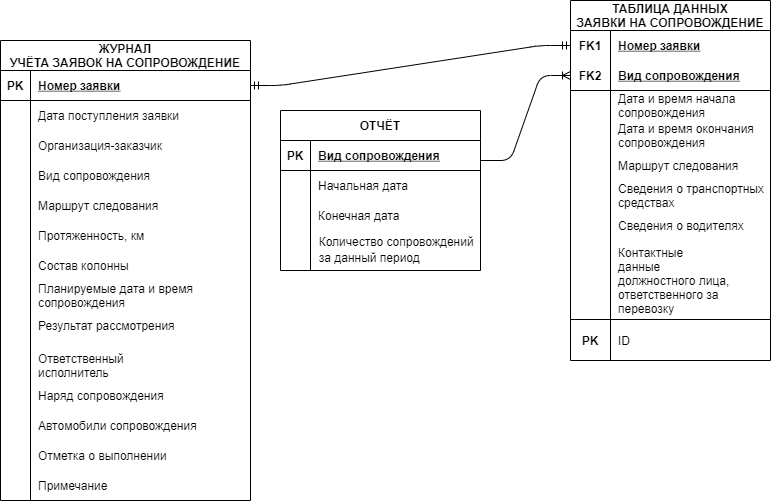
This is ER-ДИАГРАММА.png from Anton80213/Project-diagrams, a draw.io export, as it was before one commit. Source tidied: cells renumbered, new cells last; positions are measured from the earlier drawing's top-left corner, leaving out a move shared by most shapes.
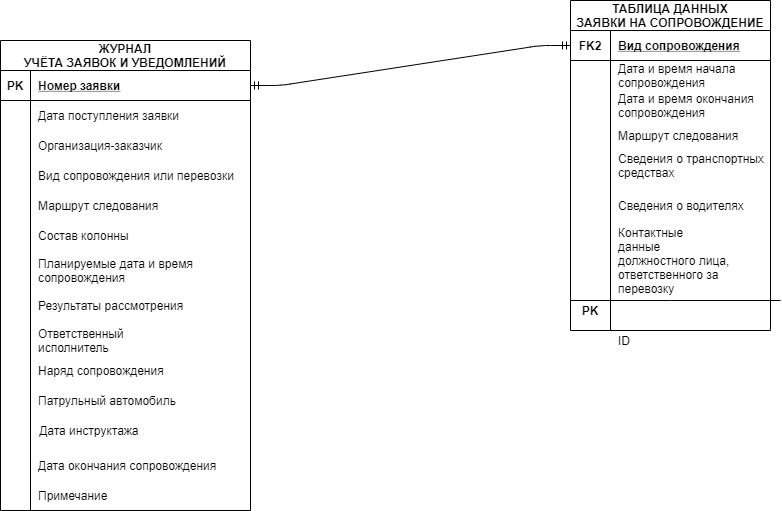
After the change.

Diff of the diagram source:
```diff
@@ -2,38 +2,8 @@
   <root>
     <mxCell id="0" />
     <mxCell id="1" parent="0" />
-    <mxCell id="2" value="ОТЧЁТ" style="shape=table;startSize=30;rowLines=0;fontStyle=1;align=center;" parent="1" vertex="1">
-      <mxGeometry x="280" y="110" width="200" height="160" as="geometry" />
-    </mxCell>
-    <mxCell id="3" style="shape=partialRectangle;fillColor=none;top=0;left=0;bottom=1;right=0;" parent="2" vertex="1">
-      <mxGeometry y="30" width="200" height="30" as="geometry" />
-    </mxCell>
-    <mxCell id="4" value="PK" style="shape=partialRectangle;fillColor=none;top=0;left=0;bottom=0;right=0;fontStyle=1;overflow=hidden;" parent="3" vertex="1">
-      <mxGeometry width="30" height="30" as="geometry" />
-    </mxCell>
-    <mxCell id="5" value="Вид сопровождения" style="shape=partialRectangle;fillColor=none;top=0;left=0;bottom=0;right=0;align=left;spacingLeft=6;fontStyle=5;overflow=hidden;" parent="3" vertex="1">
-      <mxGeometry x="30" width="170" height="30" as="geometry" />
-    </mxCell>
-    <mxCell id="6" style="shape=partialRectangle;fillColor=none;top=0;left=0;bottom=0;right=0;" parent="2" vertex="1">
-      <mxGeometry y="60" width="200" height="30" as="geometry" />
-    </mxCell>
-    <mxCell id="7" style="shape=partialRectangle;fillColor=none;top=0;left=0;bottom=0;right=0;overflow=hidden;" parent="6" vertex="1">
-      <mxGeometry width="30" height="30" as="geometry" />
-    </mxCell>
-    <mxCell id="8" value="Начальная дата" style="shape=partialRectangle;fillColor=none;top=0;left=0;bottom=0;right=0;align=left;spacingLeft=6;overflow=hidden;" parent="6" vertex="1">
-      <mxGeometry x="30" width="170" height="30" as="geometry" />
-    </mxCell>
-    <mxCell id="9" style="shape=partialRectangle;fillColor=none;top=0;left=0;bottom=0;right=0;" parent="2" vertex="1">
-      <mxGeometry y="90" width="200" height="30" as="geometry" />
-    </mxCell>
-    <mxCell id="10" style="shape=partialRectangle;fillColor=none;top=0;left=0;bottom=0;right=0;overflow=hidden;" parent="9" vertex="1">
-      <mxGeometry width="30" height="30" as="geometry" />
-    </mxCell>
-    <mxCell id="11" value="Конечная дата" style="shape=partialRectangle;fillColor=none;top=0;left=0;bottom=0;right=0;align=left;spacingLeft=6;overflow=hidden;" parent="9" vertex="1">
-      <mxGeometry x="30" width="170" height="30" as="geometry" />
-    </mxCell>
-    <mxCell id="12" value="&#10;ЖУРНАЛ &#10;УЧЁТА ЗАЯВОК НА СОПРОВОЖДЕНИЕ&#10; " style="shape=table;startSize=30;rowLines=0;fontStyle=1;align=center;fontFamily=Helvetica;fontSize=12;" parent="1" vertex="1">
-      <mxGeometry y="40" width="250" height="460" as="geometry" />
+    <mxCell id="12" value="&#10;ЖУРНАЛ &#10;УЧЁТА ЗАЯВОК И УВЕДОМЛЕНИЙ&#10; " style="shape=table;startSize=30;rowLines=0;fontStyle=1;align=center;fontFamily=Helvetica;fontSize=12;" parent="1" vertex="1">
+      <mxGeometry y="40" width="250" height="470" as="geometry" />
     </mxCell>
     <mxCell id="13" style="shape=partialRectangle;fillColor=none;top=0;left=0;bottom=1;right=0;points=[[0,0.5],[1,0.5]];portConstraint=eastwest;" parent="12" vertex="1">
       <mxGeometry y="30" width="250" height="30" as="geometry" />
@@ -68,53 +38,41 @@
     <mxCell id="23" style="shape=partialRectangle;fillColor=none;top=0;left=0;bottom=0;right=0;overflow=hidden;" parent="22" vertex="1">
       <mxGeometry width="30" height="30" as="geometry" />
     </mxCell>
-    <mxCell id="24" value="Вид сопровождения" style="shape=partialRectangle;fillColor=none;top=0;left=0;bottom=0;right=0;align=left;spacingLeft=6;overflow=hidden;" parent="22" vertex="1">
+    <mxCell id="24" value="Вид сопровождения или перевозки" style="shape=partialRectangle;fillColor=none;top=0;left=0;bottom=0;right=0;align=left;spacingLeft=6;overflow=hidden;" parent="22" vertex="1">
       <mxGeometry x="30" width="220" height="30" as="geometry" />
     </mxCell>
     <mxCell id="25" value="Маршрут следования" style="shape=partialRectangle;fillColor=none;top=0;left=0;bottom=0;right=0;align=left;spacingLeft=6;overflow=hidden;fontFamily=Helvetica;" parent="1" vertex="1">
       <mxGeometry x="30" y="190" width="220" height="30" as="geometry" />
     </mxCell>
-    <mxCell id="26" value="Протяженность, км" style="shape=partialRectangle;fillColor=none;top=0;left=0;bottom=0;right=0;align=left;spacingLeft=6;overflow=hidden;fontFamily=Helvetica;" parent="1" vertex="1">
-      <mxGeometry x="30" y="220" width="220" height="30" as="geometry" />
-    </mxCell>
     <mxCell id="27" value="Состав колонны" style="shape=partialRectangle;fillColor=none;top=0;left=0;bottom=0;right=0;align=left;spacingLeft=6;overflow=hidden;fontFamily=Helvetica;" parent="1" vertex="1">
-      <mxGeometry x="30" y="250" width="220" height="30" as="geometry" />
+      <mxGeometry x="30" y="220" width="220" height="30" as="geometry" />
     </mxCell>
     <mxCell id="28" value="Планируемые дата и время&#10;сопровождения" style="shape=partialRectangle;fillColor=none;top=0;left=0;bottom=0;right=0;align=left;spacingLeft=6;overflow=hidden;fontFamily=Helvetica;" parent="1" vertex="1">
-      <mxGeometry x="30" y="280" width="220" height="30" as="geometry" />
+      <mxGeometry x="30" y="255" width="220" height="30" as="geometry" />
     </mxCell>
-    <mxCell id="29" value="Результат рассмотрения" style="shape=partialRectangle;fillColor=none;top=0;left=0;bottom=0;right=0;align=left;spacingLeft=6;overflow=hidden;fontFamily=Helvetica;" parent="1" vertex="1">
-      <mxGeometry x="30" y="310" width="220" height="30" as="geometry" />
+    <mxCell id="29" value="Результаты рассмотрения" style="shape=partialRectangle;fillColor=none;top=0;left=0;bottom=0;right=0;align=left;spacingLeft=6;overflow=hidden;fontFamily=Helvetica;" parent="1" vertex="1">
+      <mxGeometry x="30" y="290" width="220" height="30" as="geometry" />
     </mxCell>
     <mxCell id="30" value="Ответственный&#10;исполнитель" style="shape=partialRectangle;fillColor=none;top=0;left=0;bottom=0;right=0;align=left;spacingLeft=6;overflow=hidden;fontFamily=Helvetica;" parent="1" vertex="1">
-      <mxGeometry x="30" y="350" width="220" height="30" as="geometry" />
+      <mxGeometry x="30" y="325" width="220" height="30" as="geometry" />
     </mxCell>
     <mxCell id="31" value="Наряд сопровождения" style="shape=partialRectangle;fillColor=none;top=0;left=0;bottom=0;right=0;align=left;spacingLeft=6;overflow=hidden;fontFamily=Helvetica;" parent="1" vertex="1">
-      <mxGeometry x="30" y="380" width="220" height="30" as="geometry" />
+      <mxGeometry x="30" y="355" width="220" height="30" as="geometry" />
     </mxCell>
-    <mxCell id="32" value="Автомобили сопровождения" style="shape=partialRectangle;fillColor=none;top=0;left=0;bottom=0;right=0;align=left;spacingLeft=6;overflow=hidden;fontFamily=Helvetica;" parent="1" vertex="1">
-      <mxGeometry x="30" y="410" width="220" height="30" as="geometry" />
+    <mxCell id="32" value="Патрульный автомобиль" style="shape=partialRectangle;fillColor=none;top=0;left=0;bottom=0;right=0;align=left;spacingLeft=6;overflow=hidden;fontFamily=Helvetica;" parent="1" vertex="1">
+      <mxGeometry x="30" y="385" width="220" height="30" as="geometry" />
     </mxCell>
-    <mxCell id="33" value="Отметка о выполнении" style="shape=partialRectangle;fillColor=none;top=0;left=0;bottom=0;right=0;align=left;spacingLeft=6;overflow=hidden;fontFamily=Helvetica;" parent="1" vertex="1">
-      <mxGeometry x="30" y="440" width="220" height="30" as="geometry" />
+    <mxCell id="33" value="Дата окончания сопровождения" style="shape=partialRectangle;fillColor=none;top=0;left=0;bottom=0;right=0;align=left;spacingLeft=6;overflow=hidden;fontFamily=Helvetica;" parent="1" vertex="1">
+      <mxGeometry x="30" y="450" width="220" height="30" as="geometry" />
     </mxCell>
     <mxCell id="34" value="Примечание" style="shape=partialRectangle;fillColor=none;top=0;left=0;bottom=0;right=0;align=left;spacingLeft=6;overflow=hidden;fontFamily=Helvetica;" parent="1" vertex="1">
-      <mxGeometry x="30" y="470" width="220" height="30" as="geometry" />
+      <mxGeometry x="30" y="480" width="220" height="30" as="geometry" />
     </mxCell>
     <mxCell id="35" value="ТАБЛИЦА ДАННЫХ &#10;ЗАЯВКИ НА СОПРОВОЖДЕНИЕ" style="shape=table;startSize=30;rowLines=0;fontStyle=1;align=center;fontFamily=Helvetica;fontSize=12;" parent="1" vertex="1">
-      <mxGeometry x="570" width="200" height="360" as="geometry" />
+      <mxGeometry x="570" width="200" height="330" as="geometry" />
     </mxCell>
-    <mxCell id="36" style="shape=partialRectangle;fillColor=none;top=0;left=0;bottom=0;right=0;points=[[0,0.5],[1,0.5]];portConstraint=eastwest;" parent="35" vertex="1">
-      <mxGeometry y="30" width="200" height="30" as="geometry" />
-    </mxCell>
-    <mxCell id="37" value="FK1" style="shape=partialRectangle;fillColor=none;top=0;left=0;bottom=0;right=0;fontStyle=1;overflow=hidden;" parent="36" vertex="1">
-      <mxGeometry width="40" height="30" as="geometry" />
-    </mxCell>
-    <mxCell id="38" value="Номер заявки" style="shape=partialRectangle;fillColor=none;top=0;left=0;bottom=0;right=0;align=left;spacingLeft=6;fontStyle=5;overflow=hidden;" parent="36" vertex="1">
-      <mxGeometry x="40" width="160" height="30" as="geometry" />
-    </mxCell>
     <mxCell id="39" style="shape=partialRectangle;fillColor=none;top=0;left=0;bottom=1;right=0;points=[[0,0.5],[1,0.5]];portConstraint=eastwest;" parent="35" vertex="1">
-      <mxGeometry y="60" width="200" height="30" as="geometry" />
+      <mxGeometry y="30" width="200" height="30" as="geometry" />
     </mxCell>
     <mxCell id="40" value="FK2" style="shape=partialRectangle;fillColor=none;top=0;left=0;bottom=0;right=0;fontStyle=1;overflow=hidden;" parent="39" vertex="1">
       <mxGeometry width="40" height="30" as="geometry" />
@@ -123,7 +81,7 @@
       <mxGeometry x="40" width="160" height="30" as="geometry" />
     </mxCell>
     <mxCell id="42" style="shape=partialRectangle;fillColor=none;top=0;left=0;bottom=0;right=0;" parent="35" vertex="1">
-      <mxGeometry y="90" width="200" height="30" as="geometry" />
+      <mxGeometry y="60" width="200" height="30" as="geometry" />
     </mxCell>
     <mxCell id="43" style="shape=partialRectangle;fillColor=none;top=0;left=0;bottom=0;right=0;overflow=hidden;" parent="42" vertex="1">
       <mxGeometry width="40" height="30" as="geometry" />
@@ -132,7 +90,7 @@
       <mxGeometry x="40" width="160" height="30" as="geometry" />
     </mxCell>
     <mxCell id="45" style="shape=partialRectangle;fillColor=none;top=0;left=0;bottom=0;right=0;" parent="35" vertex="1">
-      <mxGeometry y="120" width="200" height="30" as="geometry" />
+      <mxGeometry y="90" width="200" height="30" as="geometry" />
     </mxCell>
     <mxCell id="46" style="shape=partialRectangle;fillColor=none;top=0;left=0;bottom=0;right=0;overflow=hidden;" parent="45" vertex="1">
       <mxGeometry width="40" height="30" as="geometry" />
@@ -141,39 +99,39 @@
       <mxGeometry x="40" width="160" height="30" as="geometry" />
     </mxCell>
     <mxCell id="48" value="Маршрут следования" style="shape=partialRectangle;fillColor=none;top=0;left=0;bottom=0;right=0;align=left;spacingLeft=6;overflow=hidden;" parent="1" vertex="1">
-      <mxGeometry x="610" y="150" width="160" height="30" as="geometry" />
+      <mxGeometry x="610" y="120" width="160" height="30" as="geometry" />
     </mxCell>
     <mxCell id="49" value="Сведения о транспортных&#10;средствах" style="shape=partialRectangle;fillColor=none;top=0;left=0;bottom=0;right=0;align=left;spacingLeft=6;overflow=hidden;" parent="1" vertex="1">
-      <mxGeometry x="610" y="180" width="160" height="30" as="geometry" />
+      <mxGeometry x="610" y="150" width="160" height="30" as="geometry" />
     </mxCell>
     <mxCell id="50" value="Сведения о водителях" style="shape=partialRectangle;fillColor=none;top=0;left=0;bottom=0;right=0;align=left;spacingLeft=6;overflow=hidden;" parent="1" vertex="1">
-      <mxGeometry x="610" y="210" width="160" height="30" as="geometry" />
+      <mxGeometry x="610" y="190" width="160" height="30" as="geometry" />
     </mxCell>
     <mxCell id="51" value="Контактные&#10;данные &#10;должностного лица,&#10;ответственного за&#10;перевозку" style="shape=partialRectangle;fillColor=none;top=0;left=0;bottom=0;right=0;align=left;spacingLeft=6;overflow=hidden;" parent="1" vertex="1">
-      <mxGeometry x="610" y="240" width="160" height="80" as="geometry" />
+      <mxGeometry x="610" y="220" width="160" height="80" as="geometry" />
     </mxCell>
-    <mxCell id="52" style="edgeStyle=entityRelationEdgeStyle;fontSize=12;html=1;endArrow=ERmandOne;startArrow=ERmandOne;fontFamily=Helvetica;entryX=0;entryY=0.5;entryDx=0;entryDy=0;exitX=1;exitY=0.5;exitDx=0;exitDy=0;" parent="1" edge="1" source="13" target="36">
-      <mxGeometry relative="1" as="geometry" />
+    <mxCell id="52" style="edgeStyle=entityRelationEdgeStyle;fontSize=12;html=1;endArrow=ERmandOne;startArrow=ERmandOne;fontFamily=Helvetica;entryX=0;entryY=0.5;entryDx=0;entryDy=0;exitX=1;exitY=0.5;exitDx=0;exitDy=0;" parent="1" edge="1" source="13">
+      <mxGeometry relative="1" as="geometry">
+        <mxPoint x="570" y="45" as="targetPoint" />
+      </mxGeometry>
     </mxCell>
-    <mxCell id="53" style="edgeStyle=entityRelationEdgeStyle;fontSize=12;html=1;endArrow=ERoneToMany;fontFamily=Helvetica;entryX=0;entryY=0.5;entryDx=0;entryDy=0;" parent="1" edge="1" target="39">
-      <mxGeometry relative="1" as="geometry">
-        <mxPoint x="480" y="160" as="sourcePoint" />
-      </mxGeometry>
-    </mxCell>
     <mxCell id="54" value="ID" style="shape=partialRectangle;fillColor=none;top=0;left=0;bottom=0;right=0;align=left;spacingLeft=6;overflow=hidden;" parent="1" vertex="1">
       <mxGeometry x="610" y="325" width="160" height="30" as="geometry" />
     </mxCell>
     <mxCell id="55" style="endArrow=none;html=1;rounded=0;fontFamily=Helvetica;fontSize=12;" parent="1" edge="1">
       <mxGeometry relative="1" as="geometry">
-        <mxPoint x="570" y="319" as="sourcePoint" />
-        <mxPoint x="770" y="319" as="targetPoint" />
+        <mxPoint x="570" y="300" as="sourcePoint" />
+        <mxPoint x="780" y="300" as="targetPoint" />
+        <Array as="points">
+          <mxPoint x="670" y="300" />
+        </Array>
       </mxGeometry>
     </mxCell>
     <mxCell id="56" value="PK" style="shape=partialRectangle;fillColor=none;top=0;left=0;bottom=0;right=0;fontStyle=1;overflow=hidden;" parent="1" vertex="1">
-      <mxGeometry x="570" y="320" width="40" height="40" as="geometry" />
+      <mxGeometry x="570" y="290" width="40" height="40" as="geometry" />
     </mxCell>
-    <mxCell id="57" value="&lt;div style=&quot;text-align: justify&quot;&gt;&lt;span&gt;&amp;nbsp;Количество сопровождений&lt;/span&gt;&lt;/div&gt;&lt;span style=&quot;line-height: 150%&quot;&gt;&lt;div style=&quot;text-align: justify&quot;&gt;&lt;span&gt;&amp;nbsp;за данный период&lt;/span&gt;&lt;/div&gt;&lt;/span&gt;" style="text;html=1;align=center;verticalAlign=middle;strokeColor=none;" parent="1" vertex="1">
-      <mxGeometry x="309" y="230" width="170" height="40" as="geometry" />
-    </mxCell>
+    <mxCell id="58" value="&amp;nbsp; Дата инструктажа" style="text;html=1;align=center;verticalAlign=middle;strokeColor=none;" parent="1" vertex="1">
+      <mxGeometry x="25" y="420" width="120" height="20" as="geometry" />
+    </mxCell>
   </root>
 </mxGraphModel>
```
